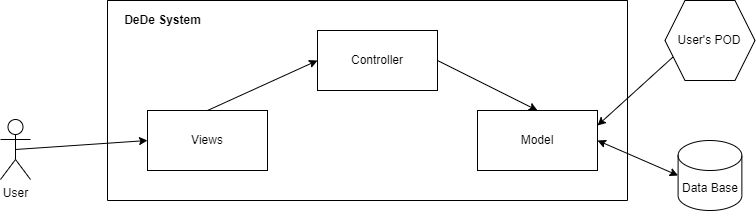
Before: docs/images/buildingblock_level2.png, a diagram exported from draw.io (Arquisoft/dede_en2b). Source tidied: cells renumbered, new cells last; positions are measured from the earlier drawing's top-left corner, leaving out a move shared by most shapes.
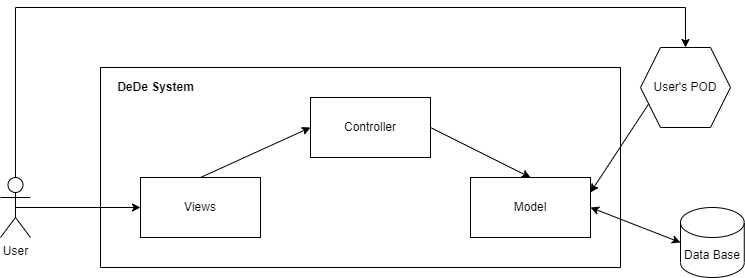
After the change.

Diff of the diagram source:
```diff
@@ -26,7 +26,7 @@
       <mxGeometry relative="1" as="geometry" />
     </mxCell>
     <mxCell id="9" value="User" style="shape=umlActor;verticalLabelPosition=bottom;verticalAlign=top;html=1;outlineConnect=0;fontSize=12;" parent="1" vertex="1">
-      <mxGeometry y="119" width="30" height="60" as="geometry" />
+      <mxGeometry x="7" y="110" width="30" height="60" as="geometry" />
     </mxCell>
     <mxCell id="10" style="endArrow=classic;html=1;rounded=0;fontSize=12;exitX=0.5;exitY=0.5;exitDx=0;exitDy=0;exitPerimeter=0;entryX=0;entryY=0.5;entryDx=0;entryDy=0;" parent="1" edge="1" source="9" target="5">
       <mxGeometry relative="1" as="geometry" />
@@ -38,10 +38,18 @@
       <mxGeometry relative="1" as="geometry" />
     </mxCell>
     <mxCell id="13" value="User's POD" style="shape=hexagon;perimeter=hexagonPerimeter2;whiteSpace=wrap;html=1;fixedSize=1;fontSize=12;fillColor=#FFFFFF;" parent="1" vertex="1">
-      <mxGeometry x="664.5" width="90" height="80" as="geometry" />
+      <mxGeometry x="647" y="-20" width="90" height="80" as="geometry" />
     </mxCell>
     <mxCell id="14" value="Data Base" style="shape=cylinder3;whiteSpace=wrap;html=1;boundedLbl=1;backgroundOutline=1;size=15;fontSize=12;fillColor=#FFFFFF;" parent="1" vertex="1">
-      <mxGeometry x="677.6" y="140" width="63.8" height="70" as="geometry" />
+      <mxGeometry x="687" y="140" width="63.8" height="70" as="geometry" />
     </mxCell>
+    <mxCell id="15" style="endArrow=classic;html=1;rounded=0;fontSize=12;exitX=0.5;exitY=0;exitDx=0;exitDy=0;exitPerimeter=0;entryX=0.5;entryY=0;entryDx=0;entryDy=0;" parent="1" edge="1" source="9" target="13">
+      <mxGeometry relative="1" as="geometry">
+        <Array as="points">
+          <mxPoint x="22" y="-60" />
+          <mxPoint x="692" y="-60" />
+        </Array>
+      </mxGeometry>
+    </mxCell>
   </root>
 </mxGraphModel>
```
